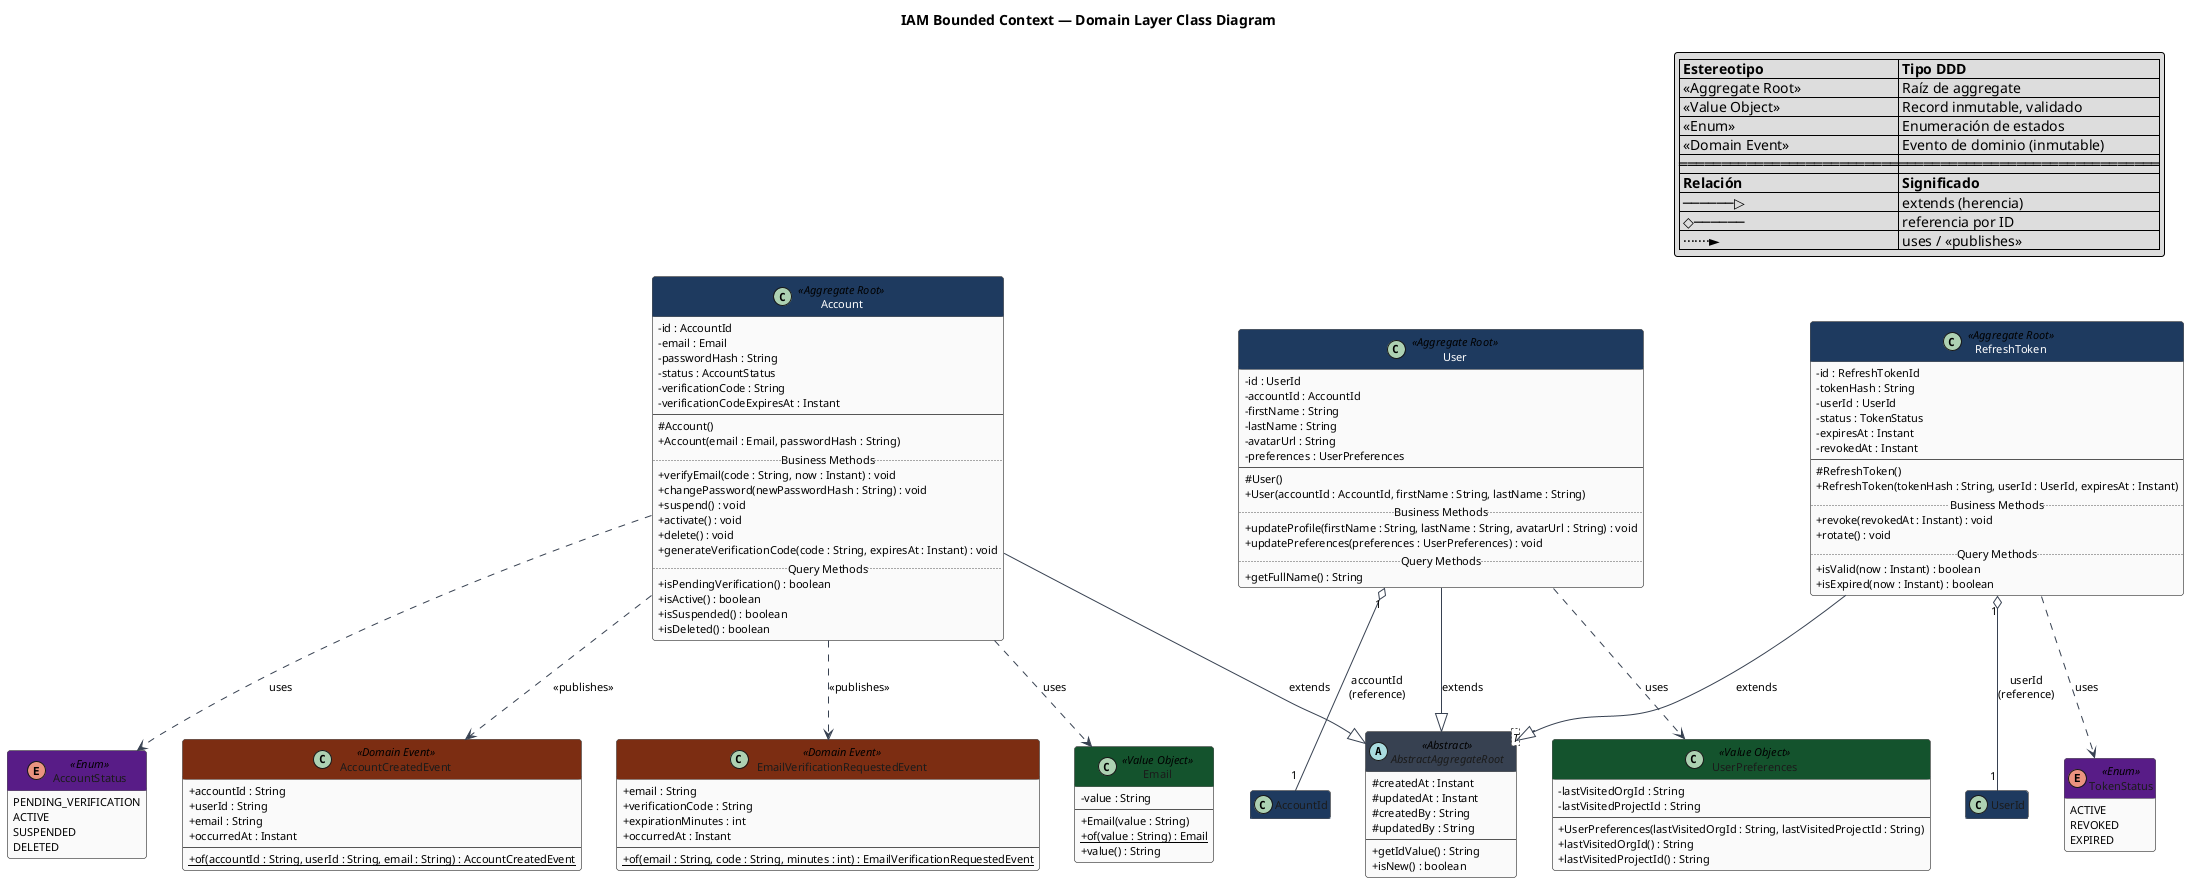
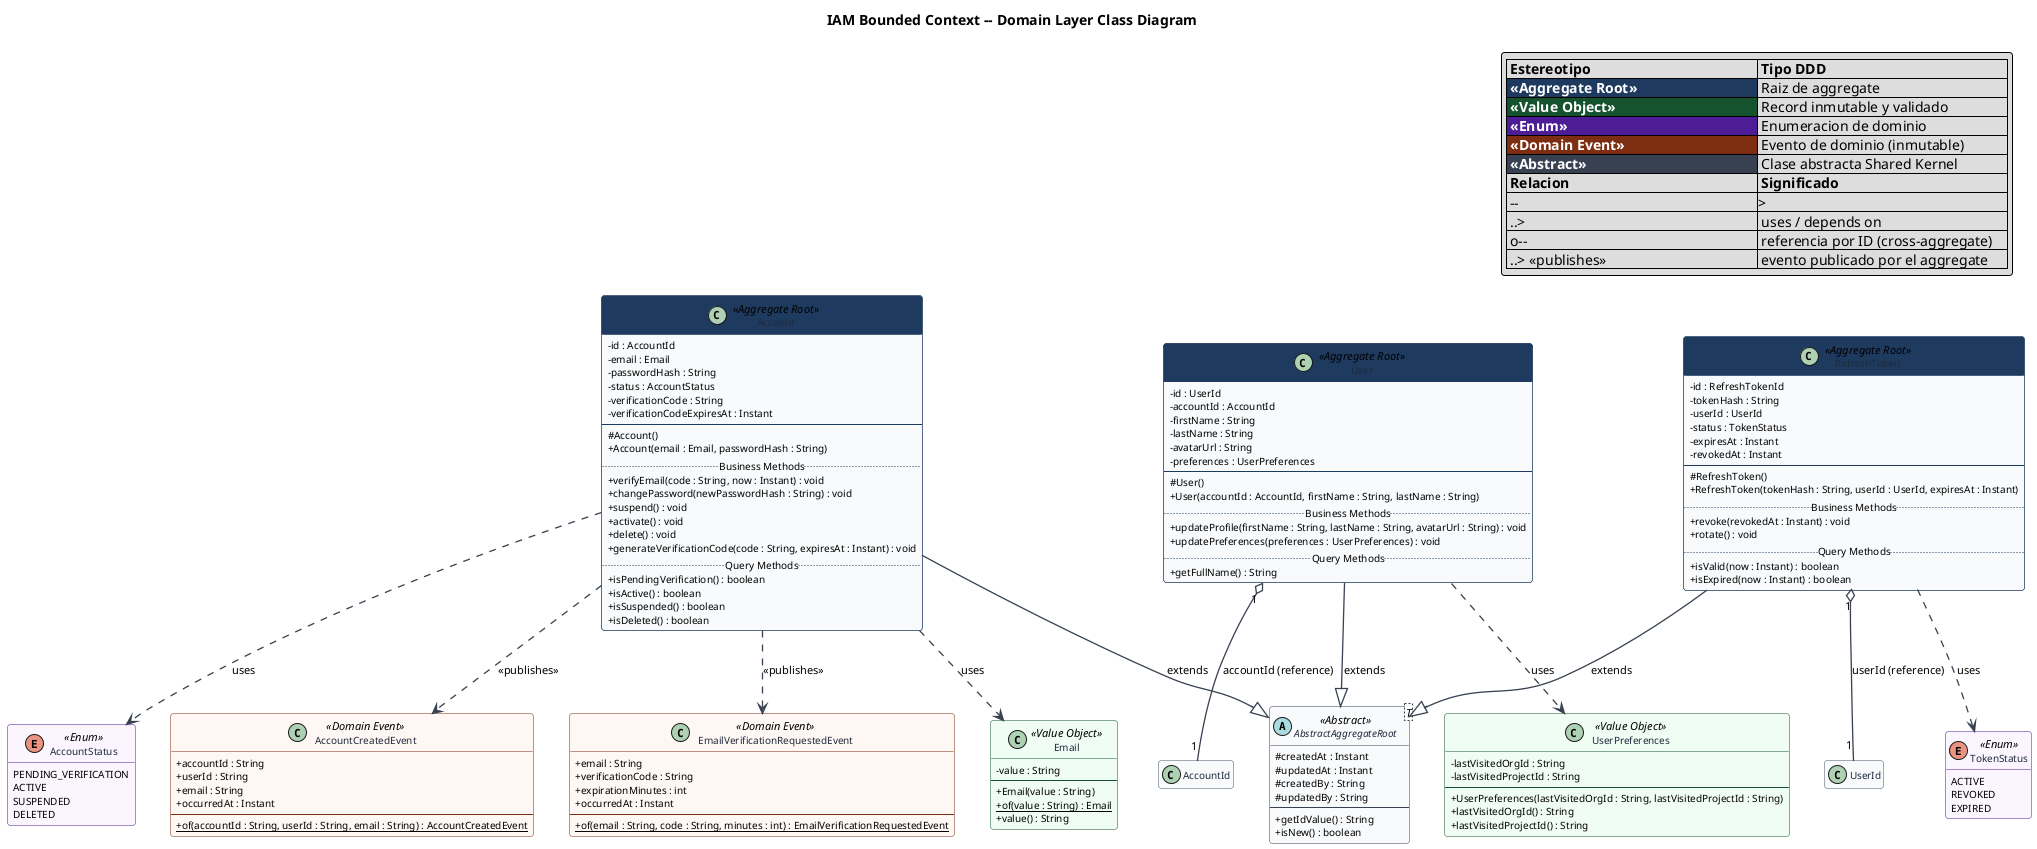
@startuml iam-class
+ skinparam shadowing false
skinparam defaultFontName Segoe UI
skinparam defaultFontSize 11
skinparam classAttributeIconSize 0
+ skinparam roundcorner 6
+ skinparam ArrowColor #374151
+ skinparam ArrowThickness 1.3

skinparam class {
-     BackgroundColor #FAFAFA
-     BorderColor #555555
-     FontColor #1A1A1A
-     HeaderBackgroundColor #1E3A5F
-     FontColor<<Aggregate Root>> #FFFFFF
-     HeaderBackgroundColor<<Aggregate Root>> #1E3A5F
-     HeaderBackgroundColor<<Value Object>> #14532D
-     HeaderBackgroundColor<<Enum>> #581C87
-     HeaderBackgroundColor<<Domain Event>> #7C2D12
-     HeaderBackgroundColor<<Abstract>> #374151
- }
- 
- skinparam stereotypeCBackgroundColor #DBEAFE
- skinparam stereotypeABackgroundColor #DCFCE7
- skinparam stereotypeEBackgroundColor #F3E8FF
- skinparam arrowColor #374151
- skinparam roundcorner 6
+   BackgroundColor      #F8FAFC
+   BorderColor          #475569
+   FontColor            #1E293B
+   FontSize             11
+   AttributeFontSize    10
+ }
+ 
+ ' Aggregate Root  — deep navy
+ skinparam class<<Aggregate Root>> {
+   HeaderBackgroundColor #1E3A5F
+   HeaderFontColor       #FFFFFF
+   BorderColor           #1E3A5F
+ }
+ 
+ ' Value Object  — deep green
+ skinparam class<<Value Object>> {
+   HeaderBackgroundColor #14532D
+   HeaderFontColor       #FFFFFF
+   BorderColor           #14532D
+   BackgroundColor       #F0FDF4
+ }
+ 
+ ' Enum  — deep purple
+ skinparam class<<Enum>> {
+   HeaderBackgroundColor #4C1D95
+   HeaderFontColor       #FFFFFF
+   BorderColor           #4C1D95
+   BackgroundColor       #FAF5FF
+ }
+ 
+ ' Domain Event  — deep red
+ skinparam class<<Domain Event>> {
+   HeaderBackgroundColor #7C2D12
+   HeaderFontColor       #FFFFFF
+   BorderColor           #7C2D12
+   BackgroundColor       #FFF7F4
+ }
+ 
+ ' Abstract  — dark gray
+ skinparam class<<Abstract>> {
+   HeaderBackgroundColor #374151
+   HeaderFontColor       #FFFFFF
+   BorderColor           #374151
+   BackgroundColor       #F9FAFB
+ }
+ 
hide empty members

- title IAM Bounded Context — Domain Layer Class Diagram
- 
+ title IAM Bounded Context -- Domain Layer Class Diagram
+ 
+ ' ── Legend ─────────────────────────────────────────────────────────
legend top right
-   |= Estereotipo             |= Tipo DDD                     |
-   | <<Aggregate Root>>       | Raíz de aggregate             |
-   | <<Value Object>>         | Record inmutable, validado    |
-   | <<Enum>>                 | Enumeración de estados        |
-   | <<Domain Event>>         | Evento de dominio (inmutable) |
-   |══════════════════════════|═══════════════════════════════|
-   |= Relación                |= Significado                  |
-   | ──────▷                  | extends (herencia)            |
-   | ◇──────                  | referencia por ID             |
-   | ·······►                 | uses / <<publishes>>          |
+   |= Estereotipo                                              |= Tipo DDD                     |
+   |<#1E3A5F><color:#FFFFFF><b> <<Aggregate Root>> </b></color>| Raiz de aggregate             |
+   |<#14532D><color:#FFFFFF><b> <<Value Object>> </b></color>  | Record inmutable y validado   |
+   |<#4C1D95><color:#FFFFFF><b> <<Enum>> </b></color>          | Enumeracion de dominio        |
+   |<#7C2D12><color:#FFFFFF><b> <<Domain Event>> </b></color>  | Evento de dominio (inmutable) |
+   |<#374151><color:#FFFFFF><b> <<Abstract>> </b></color>      | Clase abstracta Shared Kernel |
+   |= Relacion       |= Significado                           |
+   | --|>            | extends (herencia)                     |
+   | ..>             | uses / depends on                      |
+   | o--             | referencia por ID (cross-aggregate)    |
+   | ..> <<publishes>>| evento publicado por el aggregate     |
endlegend

' ── Shared Kernel ──────────────────────────────────────────────────
abstract class AbstractAggregateRoot<T> <<Abstract>> {
  # createdAt : Instant
  # updatedAt : Instant
  # createdBy : String
  # updatedBy : String
  --
  + getIdValue() : String
  + isNew() : boolean
}

' ── Aggregate Roots ────────────────────────────────────────────────
class Account <<Aggregate Root>> {
  - id : AccountId
  - email : Email
  - passwordHash : String
  - status : AccountStatus
  - verificationCode : String
  - verificationCodeExpiresAt : Instant
  --
  # Account()
  + Account(email : Email, passwordHash : String)
  ..Business Methods..
  + verifyEmail(code : String, now : Instant) : void
  + changePassword(newPasswordHash : String) : void
  + suspend() : void
  + activate() : void
  + delete() : void
  + generateVerificationCode(code : String, expiresAt : Instant) : void
  ..Query Methods..
  + isPendingVerification() : boolean
  + isActive() : boolean
  + isSuspended() : boolean
  + isDeleted() : boolean
}

class User <<Aggregate Root>> {
  - id : UserId
  - accountId : AccountId
  - firstName : String
  - lastName : String
  - avatarUrl : String
  - preferences : UserPreferences
  --
  # User()
  + User(accountId : AccountId, firstName : String, lastName : String)
  ..Business Methods..
  + updateProfile(firstName : String, lastName : String, avatarUrl : String) : void
  + updatePreferences(preferences : UserPreferences) : void
  ..Query Methods..
  + getFullName() : String
}

class RefreshToken <<Aggregate Root>> {
  - id : RefreshTokenId
  - tokenHash : String
  - userId : UserId
  - status : TokenStatus
  - expiresAt : Instant
  - revokedAt : Instant
  --
  # RefreshToken()
  + RefreshToken(tokenHash : String, userId : UserId, expiresAt : Instant)
  ..Business Methods..
  + revoke(revokedAt : Instant) : void
  + rotate() : void
  ..Query Methods..
  + isValid(now : Instant) : boolean
  + isExpired(now : Instant) : boolean
}

' ── Value Objects ──────────────────────────────────────────────────
class Email <<Value Object>> {
  - value : String
  --
  + Email(value : String)
  + {static} of(value : String) : Email
  + value() : String
}

class UserPreferences <<Value Object>> {
  - lastVisitedOrgId : String
  - lastVisitedProjectId : String
  --
  + UserPreferences(lastVisitedOrgId : String, lastVisitedProjectId : String)
  + lastVisitedOrgId() : String
  + lastVisitedProjectId() : String
}

' ── Enums ──────────────────────────────────────────────────────────
enum AccountStatus <<Enum>> {
  PENDING_VERIFICATION
  ACTIVE
  SUSPENDED
  DELETED
}

enum TokenStatus <<Enum>> {
  ACTIVE
  REVOKED
  EXPIRED
}

' ── Domain Events ──────────────────────────────────────────────────
class AccountCreatedEvent <<Domain Event>> {
  + accountId : String
  + userId : String
  + email : String
  + occurredAt : Instant
  --
  + {static} of(accountId : String, userId : String, email : String) : AccountCreatedEvent
}

class EmailVerificationRequestedEvent <<Domain Event>> {
  + email : String
  + verificationCode : String
  + expirationMinutes : int
  + occurredAt : Instant
  --
  + {static} of(email : String, code : String, minutes : int) : EmailVerificationRequestedEvent
}

- ' ── Relaciones ─────────────────────────────────────────────────────
- Account     --|> AbstractAggregateRoot : extends
- User        --|> AbstractAggregateRoot : extends
+ ' ── Inheritance ────────────────────────────────────────────────────
+ Account      --|> AbstractAggregateRoot : extends
+ User         --|> AbstractAggregateRoot : extends
RefreshToken --|> AbstractAggregateRoot : extends

- Account     ..> Email          : uses
- Account     ..> AccountStatus  : uses
- User        ..> UserPreferences : uses
- RefreshToken ..> TokenStatus   : uses
- 
- User        "1" o-- "1" AccountId    : accountId\n(reference)
- RefreshToken "1" o-- "1" UserId      : userId\n(reference)
- 
- Account ..> AccountCreatedEvent               : <<publishes>>
- Account ..> EmailVerificationRequestedEvent   : <<publishes>>
+ ' ── Dependencies ───────────────────────────────────────────────────
+ Account      ..> Email           : uses
+ Account      ..> AccountStatus   : uses
+ User         ..> UserPreferences : uses
+ RefreshToken ..> TokenStatus     : uses
+ 
+ ' ── Cross-aggregate ID references ──────────────────────────────────
+ User         "1" o-- "1" AccountId  : accountId (reference)
+ RefreshToken "1" o-- "1" UserId     : userId (reference)
+ 
+ ' ── Domain Events published ────────────────────────────────────────
+ Account ..> AccountCreatedEvent             : <<publishes>>
+ Account ..> EmailVerificationRequestedEvent : <<publishes>>

@enduml
